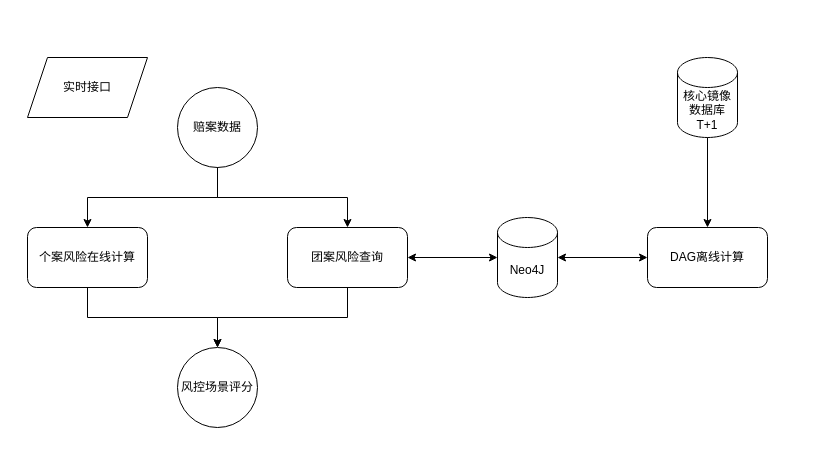
Before: page "理赔" (7 of 7) of 太平/taiping-arch.drawio in XiaoLiuAI/diagrams, a draw.io diagram. Source tidied: cells renumbered, new cells numbered last; positions are measured from the earlier drawing's top-left corner, leaving out a move shared by most shapes. Both pictures are drawn from the tidied source at 100%, with x=0, y=0 at pixel (27, 57).
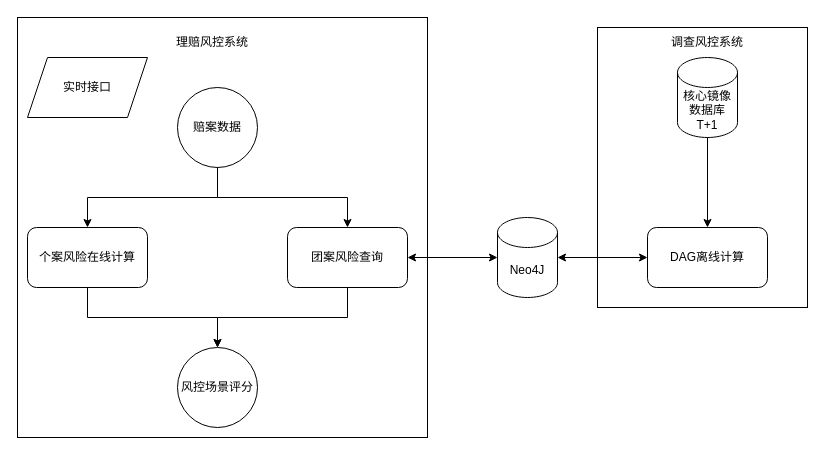
The same diagram, later.

The edit, as a diff of the source:
```diff
@@
+    <mxCell id="17" style="rounded=0;whiteSpace=wrap;html=1;" parent="1" vertex="1">
+      <mxGeometry x="-10" y="-40" width="410" height="420" as="geometry" />
+    </mxCell>
+    <mxCell id="18" style="rounded=0;whiteSpace=wrap;html=1;" parent="1" vertex="1">
+      <mxGeometry x="570" y="-30" width="210" height="280" as="geometry" />
+    </mxCell>
@@
+    <mxCell id="19" value="调查风控系统" style="text;html=1;strokeColor=none;fillColor=none;align=center;verticalAlign=middle;whiteSpace=wrap;rounded=0;" parent="1" vertex="1">
+      <mxGeometry x="635" y="-30" width="90" height="30" as="geometry" />
+    </mxCell>
+    <mxCell id="20" value="理赔风控系统" style="text;html=1;strokeColor=none;fillColor=none;align=center;verticalAlign=middle;whiteSpace=wrap;rounded=0;" parent="1" vertex="1">
+      <mxGeometry x="140" y="-30" width="90" height="30" as="geometry" />
+    </mxCell>
```
